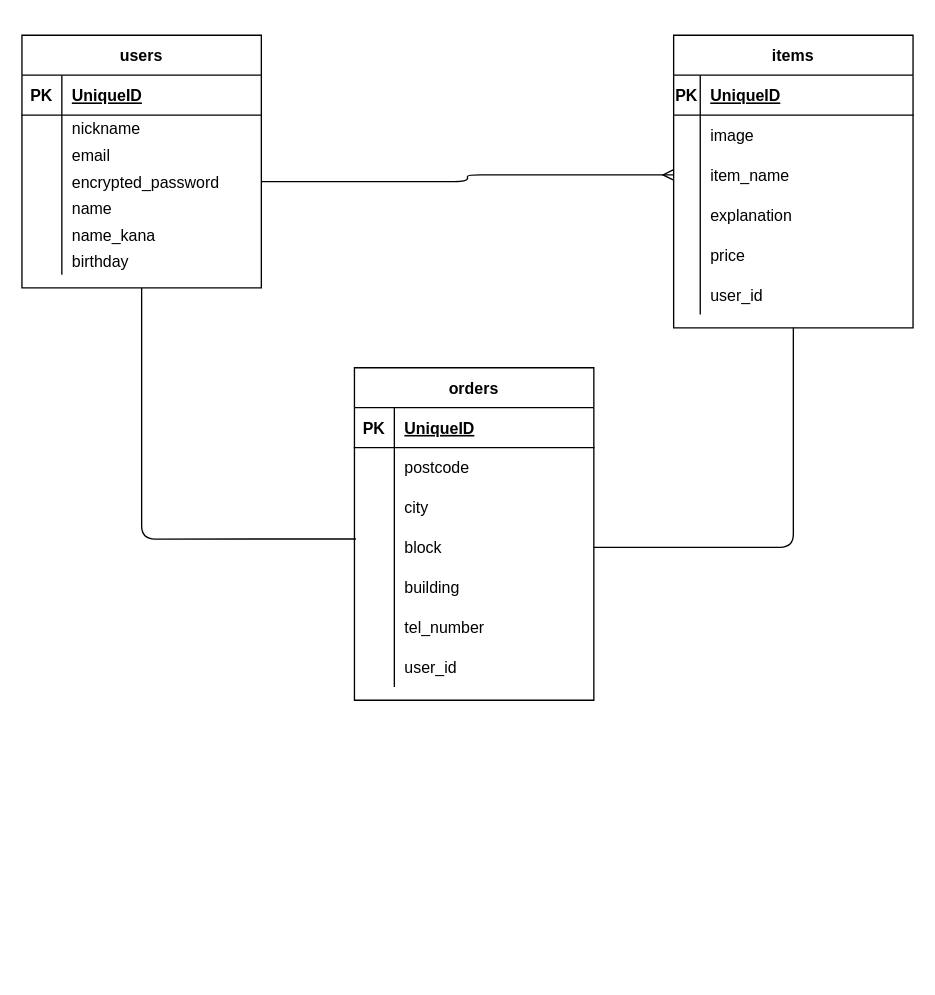
Above: furima.dio in tatsuro-mizogami/furima-36570 (draw.io), before the change. Source tidied: cells renumbered, new cells numbered last; positions are measured from the earlier drawing's top-left corner, leaving out a move shared by most shapes. Both pictures are drawn from the tidied source at 133%, with x=0, y=0 at pixel (21, 35).
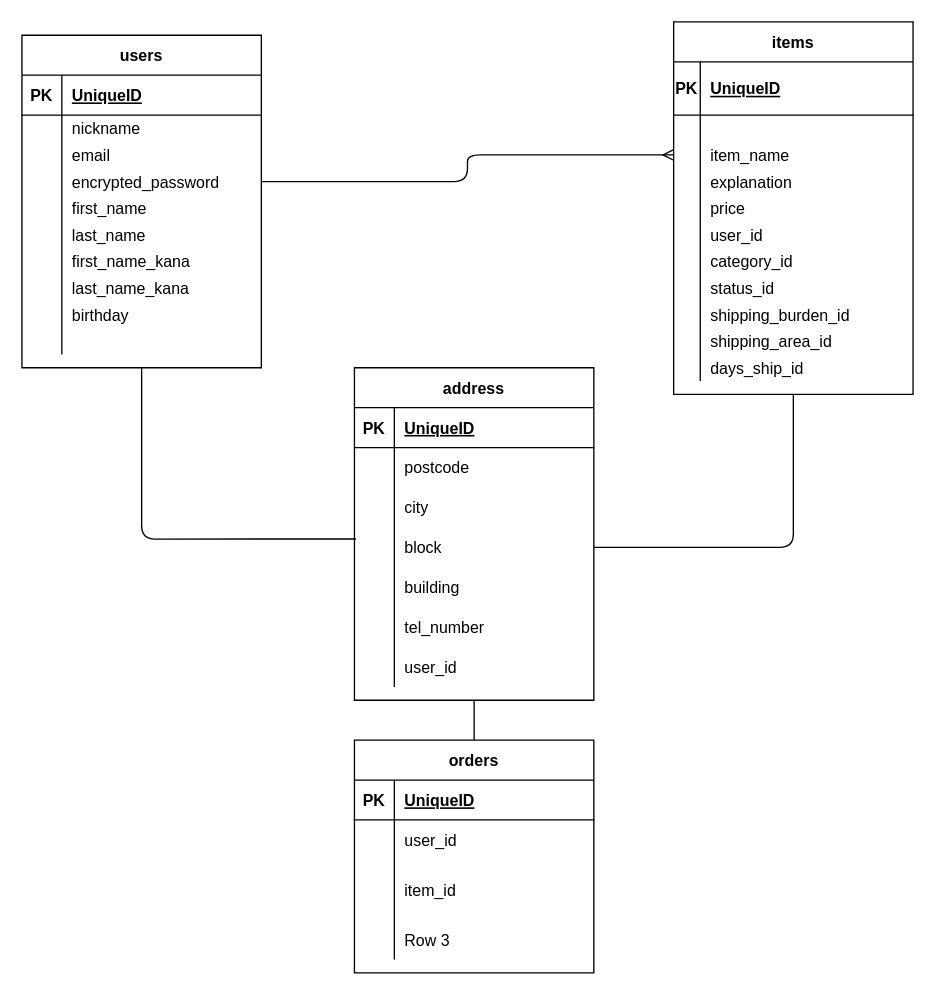
After the change.

Commit message (it also covers changes not shown here):
テーブル設計（修正）

The change refers to these unchanged cells:
```xml
<mxCell id="16" style="shape=partialRectangle;fillColor=none;top=0;left=0;bottom=0;right=0;" parent="3" vertex="1">
  <mxGeometry y="120" width="180" height="20" as="geometry" />
</mxCell>
<mxCell id="19" style="shape=partialRectangle;fillColor=none;top=0;left=0;bottom=0;right=0;" parent="3" vertex="1">
  <mxGeometry y="140" width="180" height="20" as="geometry" />
</mxCell>
```

Change to the diagram source:
```diff
@@
     <mxCell id="3" value="users" style="shape=table;startSize=30;childLayout=tableLayout;rowLines=0;fontStyle=1;align=center;" parent="1" vertex="1">
-      <mxGeometry width="180" height="190" as="geometry" />
+      <mxGeometry width="180" height="250" as="geometry" />
     </mxCell>
@@
-    <mxCell id="18" value="name" style="shape=partialRectangle;fillColor=none;top=0;left=0;bottom=0;right=0;align=left;spacingLeft=6;overflow=hidden;" parent="16" vertex="1">
+    <mxCell id="18" value="first_name" style="shape=partialRectangle;fillColor=none;top=0;left=0;bottom=0;right=0;align=left;spacingLeft=6;overflow=hidden;" parent="16" vertex="1">
       <mxGeometry x="30" width="150" height="20" as="geometry" />
     </mxCell>
@@
-    <mxCell id="21" value="name_kana" style="shape=partialRectangle;fillColor=none;top=0;left=0;bottom=0;right=0;align=left;spacingLeft=6;overflow=hidden;" parent="19" vertex="1">
+    <mxCell id="21" value="last_name" style="shape=partialRectangle;fillColor=none;top=0;left=0;bottom=0;right=0;align=left;spacingLeft=6;overflow=hidden;" parent="19" vertex="1">
       <mxGeometry x="30" width="150" height="20" as="geometry" />
     </mxCell>
+    <mxCell id="68" style="shape=partialRectangle;fillColor=none;top=0;left=0;bottom=0;right=0;" parent="3" vertex="1">
+      <mxGeometry y="160" width="180" height="20" as="geometry" />
+    </mxCell>
+    <mxCell id="69" style="shape=partialRectangle;fillColor=none;top=0;left=0;bottom=0;right=0;overflow=hidden;" parent="68" vertex="1">
+      <mxGeometry width="30" height="20" as="geometry" />
+    </mxCell>
+    <mxCell id="70" value="first_name_kana" style="shape=partialRectangle;fillColor=none;top=0;left=0;bottom=0;right=0;align=left;spacingLeft=6;overflow=hidden;" parent="68" vertex="1">
+      <mxGeometry x="30" width="150" height="20" as="geometry" />
+    </mxCell>
+    <mxCell id="71" style="shape=partialRectangle;fillColor=none;top=0;left=0;bottom=0;right=0;" parent="3" vertex="1">
+      <mxGeometry y="180" width="180" height="20" as="geometry" />
+    </mxCell>
+    <mxCell id="72" style="shape=partialRectangle;fillColor=none;top=0;left=0;bottom=0;right=0;overflow=hidden;" parent="71" vertex="1">
+      <mxGeometry width="30" height="20" as="geometry" />
+    </mxCell>
+    <mxCell id="73" value="last_name_kana" style="shape=partialRectangle;fillColor=none;top=0;left=0;bottom=0;right=0;align=left;spacingLeft=6;overflow=hidden;" parent="71" vertex="1">
+      <mxGeometry x="30" width="150" height="20" as="geometry" />
+    </mxCell>
     <mxCell id="22" style="shape=partialRectangle;fillColor=none;top=0;left=0;bottom=0;right=0;" parent="3" vertex="1">
-      <mxGeometry y="160" width="180" height="20" as="geometry" />
+      <mxGeometry y="200" width="180" height="20" as="geometry" />
     </mxCell>
@@
+    <mxCell id="74" style="shape=partialRectangle;fillColor=none;top=0;left=0;bottom=0;right=0;" parent="3" vertex="1">
+      <mxGeometry y="220" width="180" height="20" as="geometry" />
+    </mxCell>
+    <mxCell id="75" style="shape=partialRectangle;fillColor=none;top=0;left=0;bottom=0;right=0;overflow=hidden;" parent="74" vertex="1">
+      <mxGeometry width="30" height="20" as="geometry" />
+    </mxCell>
+    <mxCell id="76" style="shape=partialRectangle;fillColor=none;top=0;left=0;bottom=0;right=0;align=left;spacingLeft=6;overflow=hidden;" parent="74" vertex="1">
+      <mxGeometry x="30" width="150" height="20" as="geometry" />
+    </mxCell>
     <mxCell id="25" value="items" style="shape=table;startSize=30;childLayout=tableLayout;rowLines=0;fontStyle=1;align=center;" parent="1" vertex="1">
-      <mxGeometry x="490" width="180" height="220" as="geometry" />
+      <mxGeometry x="490" y="-10" width="180" height="280" as="geometry" />
     </mxCell>
     <mxCell id="26" style="shape=partialRectangle;fillColor=none;top=0;left=0;bottom=1;right=0;" parent="25" vertex="1">
-      <mxGeometry y="30" width="180" height="30" as="geometry" />
+      <mxGeometry y="30" width="180" height="40" as="geometry" />
     </mxCell>
     <mxCell id="27" value="PK" style="shape=partialRectangle;fillColor=none;top=0;left=0;bottom=0;right=0;fontStyle=1;overflow=hidden;" parent="26" vertex="1">
-      <mxGeometry width="20" height="30" as="geometry" />
+      <mxGeometry width="20" height="40" as="geometry" />
     </mxCell>
     <mxCell id="28" value="UniqueID" style="shape=partialRectangle;fillColor=none;top=0;left=0;bottom=0;right=0;align=left;spacingLeft=6;fontStyle=5;overflow=hidden;" parent="26" vertex="1">
-      <mxGeometry x="20" width="160" height="30" as="geometry" />
+      <mxGeometry x="20" width="160" height="40" as="geometry" />
     </mxCell>
     <mxCell id="29" style="shape=partialRectangle;fillColor=none;top=0;left=0;bottom=0;right=0;" parent="25" vertex="1">
-      <mxGeometry y="60" width="180" height="30" as="geometry" />
+      <mxGeometry y="70" width="180" height="20" as="geometry" />
     </mxCell>
     <mxCell id="30" style="shape=partialRectangle;fillColor=none;top=0;left=0;bottom=0;right=0;overflow=hidden;" parent="29" vertex="1">
-      <mxGeometry width="20" height="30" as="geometry" />
+      <mxGeometry width="20" height="20" as="geometry" />
     </mxCell>
-    <mxCell id="31" value="image" style="shape=partialRectangle;fillColor=none;top=0;left=0;bottom=0;right=0;align=left;spacingLeft=6;overflow=hidden;" parent="29" vertex="1">
-      <mxGeometry x="20" width="160" height="30" as="geometry" />
+    <mxCell id="31" style="shape=partialRectangle;fillColor=none;top=0;left=0;bottom=0;right=0;align=left;spacingLeft=6;overflow=hidden;" parent="29" vertex="1">
+      <mxGeometry x="20" width="160" height="20" as="geometry" />
     </mxCell>
     <mxCell id="32" style="shape=partialRectangle;fillColor=none;top=0;left=0;bottom=0;right=0;points=[[0,0.5],[1,0.5]];portConstraint=eastwest;" parent="25" vertex="1">
-      <mxGeometry y="90" width="180" height="30" as="geometry" />
+      <mxGeometry y="90" width="180" height="20" as="geometry" />
     </mxCell>
     <mxCell id="33" style="shape=partialRectangle;fillColor=none;top=0;left=0;bottom=0;right=0;overflow=hidden;" parent="32" vertex="1">
-      <mxGeometry width="20" height="30" as="geometry" />
+      <mxGeometry width="20" height="20" as="geometry" />
     </mxCell>
     <mxCell id="34" value="item_name" style="shape=partialRectangle;fillColor=none;top=0;left=0;bottom=0;right=0;align=left;spacingLeft=6;overflow=hidden;" parent="32" vertex="1">
-      <mxGeometry x="20" width="160" height="30" as="geometry" />
+      <mxGeometry x="20" width="160" height="20" as="geometry" />
     </mxCell>
     <mxCell id="35" style="shape=partialRectangle;fillColor=none;top=0;left=0;bottom=0;right=0;" parent="25" vertex="1">
-      <mxGeometry y="120" width="180" height="30" as="geometry" />
+      <mxGeometry y="110" width="180" height="20" as="geometry" />
     </mxCell>
     <mxCell id="36" style="shape=partialRectangle;fillColor=none;top=0;left=0;bottom=0;right=0;overflow=hidden;" parent="35" vertex="1">
-      <mxGeometry width="20" height="30" as="geometry" />
+      <mxGeometry width="20" height="20" as="geometry" />
     </mxCell>
     <mxCell id="37" value="explanation" style="shape=partialRectangle;fillColor=none;top=0;left=0;bottom=0;right=0;align=left;spacingLeft=6;overflow=hidden;" parent="35" vertex="1">
-      <mxGeometry x="20" width="160" height="30" as="geometry" />
+      <mxGeometry x="20" width="160" height="20" as="geometry" />
     </mxCell>
     <mxCell id="38" style="shape=partialRectangle;fillColor=none;top=0;left=0;bottom=0;right=0;" parent="25" vertex="1">
-      <mxGeometry y="150" width="180" height="30" as="geometry" />
+      <mxGeometry y="130" width="180" height="20" as="geometry" />
     </mxCell>
     <mxCell id="39" style="shape=partialRectangle;fillColor=none;top=0;left=0;bottom=0;right=0;overflow=hidden;" parent="38" vertex="1">
-      <mxGeometry width="20" height="30" as="geometry" />
+      <mxGeometry width="20" height="20" as="geometry" />
     </mxCell>
     <mxCell id="40" value="price" style="shape=partialRectangle;fillColor=none;top=0;left=0;bottom=0;right=0;align=left;spacingLeft=6;overflow=hidden;" parent="38" vertex="1">
-      <mxGeometry x="20" width="160" height="30" as="geometry" />
+      <mxGeometry x="20" width="160" height="20" as="geometry" />
     </mxCell>
     <mxCell id="41" style="shape=partialRectangle;fillColor=none;top=0;left=0;bottom=0;right=0;" parent="25" vertex="1">
-      <mxGeometry y="180" width="180" height="30" as="geometry" />
+      <mxGeometry y="150" width="180" height="20" as="geometry" />
     </mxCell>
     <mxCell id="42" style="shape=partialRectangle;fillColor=none;top=0;left=0;bottom=0;right=0;overflow=hidden;" parent="41" vertex="1">
-      <mxGeometry width="20" height="30" as="geometry" />
+      <mxGeometry width="20" height="20" as="geometry" />
     </mxCell>
     <mxCell id="43" value="user_id" style="shape=partialRectangle;fillColor=none;top=0;left=0;bottom=0;right=0;align=left;spacingLeft=6;overflow=hidden;" parent="41" vertex="1">
-      <mxGeometry x="20" width="160" height="30" as="geometry" />
+      <mxGeometry x="20" width="160" height="20" as="geometry" />
     </mxCell>
+    <mxCell id="77" style="shape=partialRectangle;fillColor=none;top=0;left=0;bottom=0;right=0;" parent="25" vertex="1">
+      <mxGeometry y="170" width="180" height="20" as="geometry" />
+    </mxCell>
+    <mxCell id="78" style="shape=partialRectangle;fillColor=none;top=0;left=0;bottom=0;right=0;overflow=hidden;" parent="77" vertex="1">
+      <mxGeometry width="20" height="20" as="geometry" />
+    </mxCell>
+    <mxCell id="79" value="category_id" style="shape=partialRectangle;fillColor=none;top=0;left=0;bottom=0;right=0;align=left;spacingLeft=6;overflow=hidden;" parent="77" vertex="1">
+      <mxGeometry x="20" width="160" height="20" as="geometry" />
+    </mxCell>
+    <mxCell id="80" style="shape=partialRectangle;fillColor=none;top=0;left=0;bottom=0;right=0;" parent="25" vertex="1">
+      <mxGeometry y="190" width="180" height="20" as="geometry" />
+    </mxCell>
+    <mxCell id="81" style="shape=partialRectangle;fillColor=none;top=0;left=0;bottom=0;right=0;overflow=hidden;" parent="80" vertex="1">
+      <mxGeometry width="20" height="20" as="geometry" />
+    </mxCell>
+    <mxCell id="82" value="status_id" style="shape=partialRectangle;fillColor=none;top=0;left=0;bottom=0;right=0;align=left;spacingLeft=6;overflow=hidden;" parent="80" vertex="1">
+      <mxGeometry x="20" width="160" height="20" as="geometry" />
+    </mxCell>
+    <mxCell id="83" style="shape=partialRectangle;fillColor=none;top=0;left=0;bottom=0;right=0;" parent="25" vertex="1">
+      <mxGeometry y="210" width="180" height="20" as="geometry" />
+    </mxCell>
+    <mxCell id="84" style="shape=partialRectangle;fillColor=none;top=0;left=0;bottom=0;right=0;overflow=hidden;" parent="83" vertex="1">
+      <mxGeometry width="20" height="20" as="geometry" />
+    </mxCell>
+    <mxCell id="85" value="shipping_burden_id" style="shape=partialRectangle;fillColor=none;top=0;left=0;bottom=0;right=0;align=left;spacingLeft=6;overflow=hidden;" parent="83" vertex="1">
+      <mxGeometry x="20" width="160" height="20" as="geometry" />
+    </mxCell>
+    <mxCell id="86" style="shape=partialRectangle;fillColor=none;top=0;left=0;bottom=0;right=0;" parent="25" vertex="1">
+      <mxGeometry y="230" width="180" height="20" as="geometry" />
+    </mxCell>
+    <mxCell id="87" style="shape=partialRectangle;fillColor=none;top=0;left=0;bottom=0;right=0;overflow=hidden;" parent="86" vertex="1">
+      <mxGeometry width="20" height="20" as="geometry" />
+    </mxCell>
+    <mxCell id="88" value="shipping_area_id" style="shape=partialRectangle;fillColor=none;top=0;left=0;bottom=0;right=0;align=left;spacingLeft=6;overflow=hidden;" parent="86" vertex="1">
+      <mxGeometry x="20" width="160" height="20" as="geometry" />
+    </mxCell>
+    <mxCell id="89" style="shape=partialRectangle;fillColor=none;top=0;left=0;bottom=0;right=0;" parent="25" vertex="1">
+      <mxGeometry y="250" width="180" height="20" as="geometry" />
+    </mxCell>
+    <mxCell id="90" style="shape=partialRectangle;fillColor=none;top=0;left=0;bottom=0;right=0;overflow=hidden;" parent="89" vertex="1">
+      <mxGeometry width="20" height="20" as="geometry" />
+    </mxCell>
+    <mxCell id="91" value="days_ship_id" style="shape=partialRectangle;fillColor=none;top=0;left=0;bottom=0;right=0;align=left;spacingLeft=6;overflow=hidden;" parent="89" vertex="1">
+      <mxGeometry x="20" width="160" height="20" as="geometry" />
+    </mxCell>
-    <mxCell id="44" value="orders" style="shape=table;startSize=30;childLayout=tableLayout;rowLines=0;fontStyle=1;align=center;" parent="1" vertex="1">
+    <mxCell id="44" value="address" style="shape=table;startSize=30;childLayout=tableLayout;rowLines=0;fontStyle=1;align=center;" parent="1" vertex="1">
       <mxGeometry x="250" y="250" width="180" height="250" as="geometry" />
     </mxCell>
@@
+    <mxCell id="92" style="edgeStyle=orthogonalEdgeStyle;curved=0;rounded=1;sketch=0;jettySize=auto;html=1;entryX=0.5;entryY=1;entryDx=0;entryDy=0;endArrow=none;endFill=0;" parent="1" edge="1" source="93" target="44">
+      <mxGeometry relative="1" as="geometry" />
+    </mxCell>
+    <mxCell id="93" value="orders" style="shape=table;startSize=30;childLayout=tableLayout;rowLines=0;fontStyle=1;align=center;fillColor=none;" parent="1" vertex="1">
+      <mxGeometry x="250" y="530" width="180" height="175" as="geometry" />
+    </mxCell>
+    <mxCell id="94" style="shape=partialRectangle;fillColor=none;top=0;left=0;bottom=1;right=0;" parent="93" vertex="1">
+      <mxGeometry y="30" width="180" height="30" as="geometry" />
+    </mxCell>
+    <mxCell id="95" value="PK" style="shape=partialRectangle;fillColor=none;top=0;left=0;bottom=0;right=0;fontStyle=1;overflow=hidden;" parent="94" vertex="1">
+      <mxGeometry width="30" height="30" as="geometry" />
+    </mxCell>
+    <mxCell id="96" value="UniqueID" style="shape=partialRectangle;fillColor=none;top=0;left=0;bottom=0;right=0;align=left;spacingLeft=6;fontStyle=5;overflow=hidden;" parent="94" vertex="1">
+      <mxGeometry x="30" width="150" height="30" as="geometry" />
+    </mxCell>
+    <mxCell id="97" style="shape=partialRectangle;fillColor=none;top=0;left=0;bottom=0;right=0;" parent="93" vertex="1">
+      <mxGeometry y="60" width="180" height="30" as="geometry" />
+    </mxCell>
+    <mxCell id="98" style="shape=partialRectangle;fillColor=none;top=0;left=0;bottom=0;right=0;overflow=hidden;" parent="97" vertex="1">
+      <mxGeometry width="30" height="30" as="geometry" />
+    </mxCell>
+    <mxCell id="99" value="user_id" style="shape=partialRectangle;fillColor=none;top=0;left=0;bottom=0;right=0;align=left;spacingLeft=6;overflow=hidden;" parent="97" vertex="1">
+      <mxGeometry x="30" width="150" height="30" as="geometry" />
+    </mxCell>
+    <mxCell id="100" style="shape=partialRectangle;fillColor=none;top=0;left=0;bottom=0;right=0;" parent="93" vertex="1">
+      <mxGeometry y="90" width="180" height="45" as="geometry" />
+    </mxCell>
+    <mxCell id="101" style="shape=partialRectangle;fillColor=none;top=0;left=0;bottom=0;right=0;overflow=hidden;" parent="100" vertex="1">
+      <mxGeometry width="30" height="45" as="geometry" />
+    </mxCell>
+    <mxCell id="102" value="item_id" style="shape=partialRectangle;fillColor=none;top=0;left=0;bottom=0;right=0;align=left;spacingLeft=6;overflow=hidden;" parent="100" vertex="1">
+      <mxGeometry x="30" width="150" height="45" as="geometry" />
+    </mxCell>
+    <mxCell id="103" style="shape=partialRectangle;fillColor=none;top=0;left=0;bottom=0;right=0;" parent="93" vertex="1">
+      <mxGeometry y="135" width="180" height="30" as="geometry" />
+    </mxCell>
+    <mxCell id="104" style="shape=partialRectangle;fillColor=none;top=0;left=0;bottom=0;right=0;overflow=hidden;" parent="103" vertex="1">
+      <mxGeometry width="30" height="30" as="geometry" />
+    </mxCell>
+    <mxCell id="105" value="Row 3" style="shape=partialRectangle;fillColor=none;top=0;left=0;bottom=0;right=0;align=left;spacingLeft=6;overflow=hidden;" parent="103" vertex="1">
+      <mxGeometry x="30" width="150" height="30" as="geometry" />
+    </mxCell>
```
